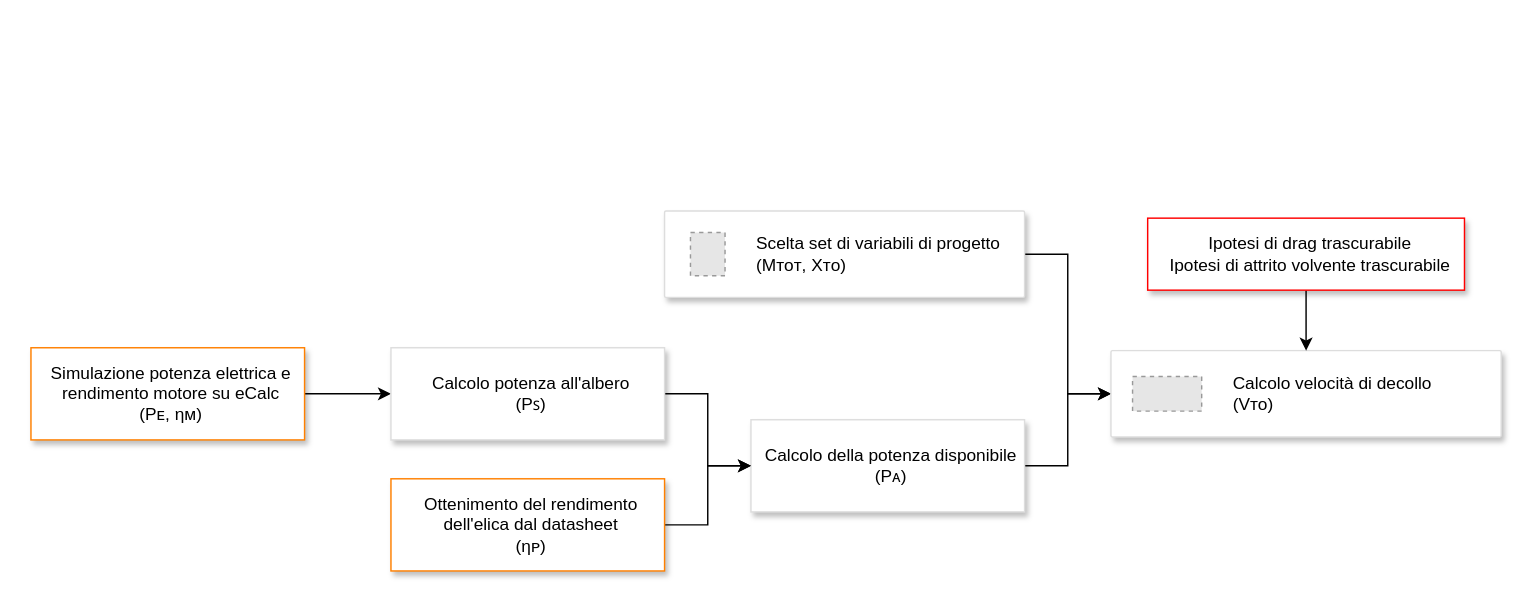
Before: img/Dim-Vto.drawio in emanuele-cason/Tesi, a draw.io diagram. Source tidied: cells renumbered, new cells numbered last; positions are measured from the earlier drawing's top-left corner, leaving out a move shared by most shapes. Both pictures are drawn from the tidied source at 144%, with x=0, y=0 at pixel (30, 210). Pictures stored in the file or linked from it are replaced by grey dashed boxes.
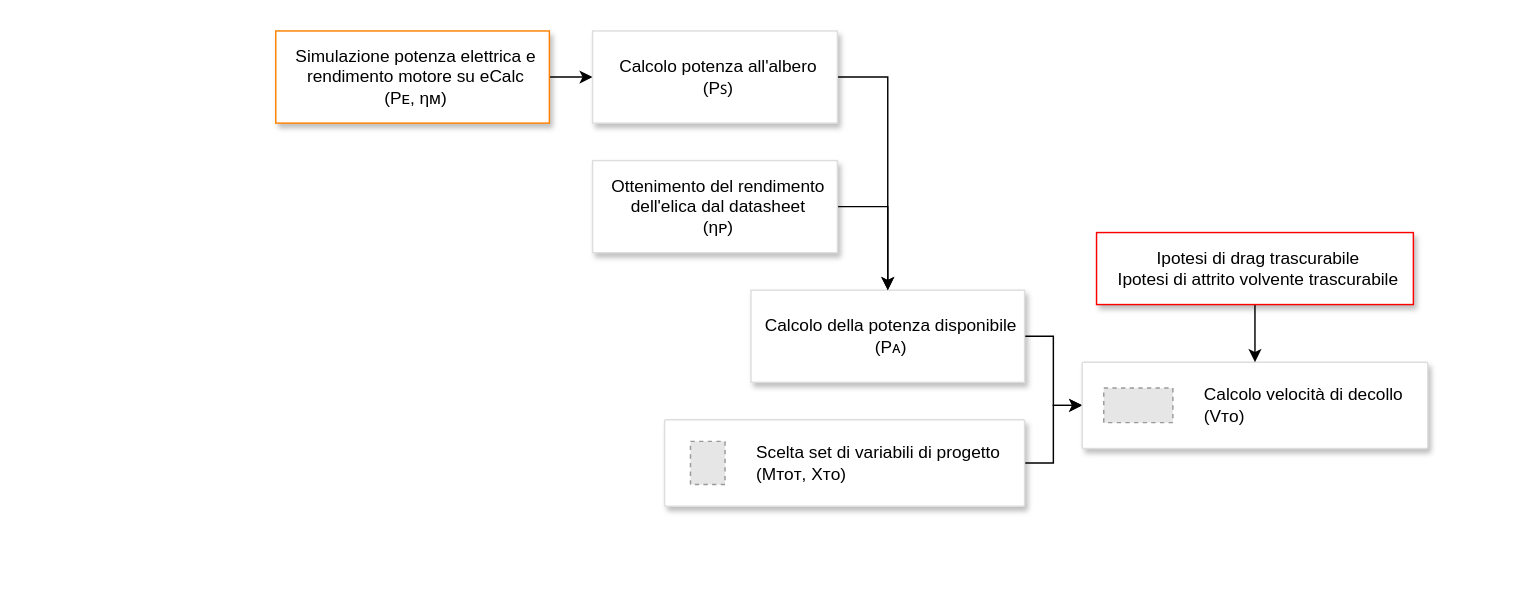
The same diagram, later.

Diff of the diagram source:
```diff
@@
 <mxGraphModel>
   <root>
     <mxCell id="0" />
     <mxCell id="1" parent="0" />
     <mxCell id="2" style="edgeStyle=orthogonalEdgeStyle;rounded=0;jettySize=auto;html=1;entryX=0;entryY=0.5;entryDx=0;entryDy=0;exitX=1;exitY=0.5;exitDx=0;exitDy=0;" parent="1" edge="1" source="15" target="11">
       <mxGeometry relative="1" as="geometry" />
     </mxCell>
     <mxCell id="3" style="edgeStyle=orthogonalEdgeStyle;rounded=0;jettySize=auto;html=1;entryX=0;entryY=0.5;entryDx=0;entryDy=0;" parent="1" edge="1" source="4" target="11">
       <mxGeometry relative="1" as="geometry" />
     </mxCell>
     <mxCell id="4" value="Calcolo della potenza disponibile&#10;(Pᴀ)" style="dashed=0;strokeColor=#dddddd;shadow=1;strokeWidth=1;labelPosition=center;verticalLabelPosition=middle;align=center;verticalAlign=middle;spacingLeft=5;fontSize=12;whiteSpace=wrap;fontStyle=0;" parent="1" vertex="1">
-      <mxGeometry x="500" y="145" width="190" height="64" as="geometry" />
+      <mxGeometry x="500" y="55" width="190" height="64" as="geometry" />
     </mxCell>
     <mxCell id="5" style="edgeStyle=orthogonalEdgeStyle;rounded=0;jettySize=auto;html=1;exitX=1;exitY=0.5;exitDx=0;exitDy=0;entryX=0;entryY=0.5;entryDx=0;entryDy=0;" parent="1" edge="1" source="6" target="8">
       <mxGeometry relative="1" as="geometry" />
     </mxCell>
     <mxCell id="6" value="Simulazione potenza elettrica e rendimento motore su eCalc&#10;(Pᴇ, ηᴍ)" style="dashed=0;strokeColor=#FF8000;shadow=1;strokeWidth=1;labelPosition=center;verticalLabelPosition=middle;align=center;verticalAlign=middle;spacingLeft=5;fontSize=12;whiteSpace=wrap;fontStyle=0;" parent="1" vertex="1">
-      <mxGeometry y="95" width="190" height="64" as="geometry" />
+      <mxGeometry x="170" y="-125" width="190" height="64" as="geometry" />
     </mxCell>
-    <mxCell id="7" style="edgeStyle=orthogonalEdgeStyle;rounded=0;jettySize=auto;html=1;exitX=1;exitY=0.5;exitDx=0;exitDy=0;entryX=0;entryY=0.5;entryDx=0;entryDy=0;" parent="1" edge="1" source="8" target="4">
+    <mxCell id="7" style="edgeStyle=orthogonalEdgeStyle;rounded=0;jettySize=auto;html=1;exitX=1;exitY=0.5;exitDx=0;exitDy=0;entryX=0.5;entryY=0;entryDx=0;entryDy=0;" parent="1" edge="1" source="8" target="4">
       <mxGeometry relative="1" as="geometry" />
     </mxCell>
     <mxCell id="8" value="Calcolo potenza all'albero&#10;(Pꜱ)" style="dashed=0;strokeColor=#dddddd;shadow=1;strokeWidth=1;labelPosition=center;verticalLabelPosition=middle;align=center;verticalAlign=middle;spacingLeft=5;fontSize=12;whiteSpace=wrap;fontStyle=0;" parent="1" vertex="1">
-      <mxGeometry x="250" y="95" width="190" height="64" as="geometry" />
+      <mxGeometry x="390" y="-125" width="170" height="64" as="geometry" />
     </mxCell>
-    <mxCell id="9" style="edgeStyle=orthogonalEdgeStyle;rounded=0;jettySize=auto;html=1;entryX=0;entryY=0.5;entryDx=0;entryDy=0;" parent="1" edge="1" source="10" target="4">
+    <mxCell id="9" style="edgeStyle=orthogonalEdgeStyle;rounded=0;jettySize=auto;html=1;exitX=1;exitY=0.5;exitDx=0;exitDy=0;entryX=0.5;entryY=0;entryDx=0;entryDy=0;" parent="1" edge="1" source="10" target="4">
       <mxGeometry relative="1" as="geometry" />
     </mxCell>
-    <mxCell id="10" value="Ottenimento del rendimento dell'elica dal datasheet&#10;(ηᴘ)" style="dashed=0;strokeColor=#FF8000;shadow=1;strokeWidth=1;labelPosition=center;verticalLabelPosition=middle;align=center;verticalAlign=middle;spacingLeft=5;fontSize=12;whiteSpace=wrap;fontStyle=0;" parent="1" vertex="1">
-      <mxGeometry x="250" y="186" width="190" height="64" as="geometry" />
+    <mxCell id="10" value="Ottenimento del rendimento dell'elica dal datasheet&#10;(ηᴘ)" style="dashed=0;strokeColor=#DDDDDD;shadow=1;strokeWidth=1;labelPosition=center;verticalLabelPosition=middle;align=center;verticalAlign=middle;spacingLeft=5;fontSize=12;whiteSpace=wrap;fontStyle=0;" parent="1" vertex="1">
+      <mxGeometry x="390" y="-35" width="170" height="64" as="geometry" />
     </mxCell>
     <mxCell id="11" style="strokeColor=#dddddd;shadow=1;strokeWidth=1;rounded=1;absoluteArcSize=1;arcSize=2;" parent="1" vertex="1">
-      <mxGeometry x="750" y="97" width="271" height="60" as="geometry" />
+      <mxGeometry x="730" y="105" width="240" height="60" as="geometry" />
     </mxCell>
     <mxCell id="12" value="&lt;font color=&quot;#000000&quot;&gt;Calcolo velocità di decollo&amp;nbsp;&lt;br&gt;(Vᴛᴏ)&lt;/font&gt;" style="fillColor=#E6E6E6;strokeColor=#999999;dashed=1;html=1;fontColor=#999999;verticalLabelPosition=middle;labelBackgroundColor=#ffffff;verticalAlign=middle;labelPosition=right;align=left;spacingLeft=20;" parent="11" vertex="1">
       <mxGeometry width="48" height="24" relative="1" as="geometry">
         <mxPoint x="15" y="18" as="offset" />
       </mxGeometry>
     </mxCell>
     <mxCell id="13" style="edgeStyle=orthogonalEdgeStyle;rounded=0;jettySize=auto;html=1;entryX=0.5;entryY=0;entryDx=0;entryDy=0;" parent="1" edge="1" source="14" target="11">
       <mxGeometry relative="1" as="geometry" />
     </mxCell>
     <mxCell id="14" value="Ipotesi di drag trascurabile&#10;Ipotesi di attrito volvente trascurabile" style="dashed=0;shadow=1;strokeWidth=1;labelPosition=center;verticalLabelPosition=middle;align=center;verticalAlign=middle;spacingLeft=5;fontSize=12;whiteSpace=wrap;strokeColor=#FF0000;" parent="1" vertex="1">
-      <mxGeometry x="775.5" y="5" width="220" height="50" as="geometry" />
+      <mxGeometry x="740" y="15" width="220" height="50" as="geometry" />
     </mxCell>
     <mxCell id="15" style="strokeColor=#dddddd;shadow=1;strokeWidth=1;rounded=1;absoluteArcSize=1;arcSize=2;" parent="1" vertex="1">
-      <mxGeometry x="440" width="250" height="60" as="geometry" />
+      <mxGeometry x="440" y="145" width="250" height="60" as="geometry" />
     </mxCell>
     <mxCell id="16" value="&lt;font color=&quot;#000000&quot;&gt;Scelta set di variabili di progetto&lt;br&gt;(Mᴛᴏᴛ, Xᴛᴏ)&lt;br&gt;&lt;/font&gt;" style="fillColor=#E6E6E6;strokeColor=#999999;dashed=1;html=1;fontColor=#999999;verticalLabelPosition=middle;labelBackgroundColor=#ffffff;verticalAlign=middle;labelPosition=right;align=left;spacingLeft=20;" parent="15" vertex="1">
       <mxGeometry width="24" height="30" relative="1" as="geometry">
         <mxPoint x="18" y="15" as="offset" />
       </mxGeometry>
     </mxCell>
   </root>
 </mxGraphModel>
```
